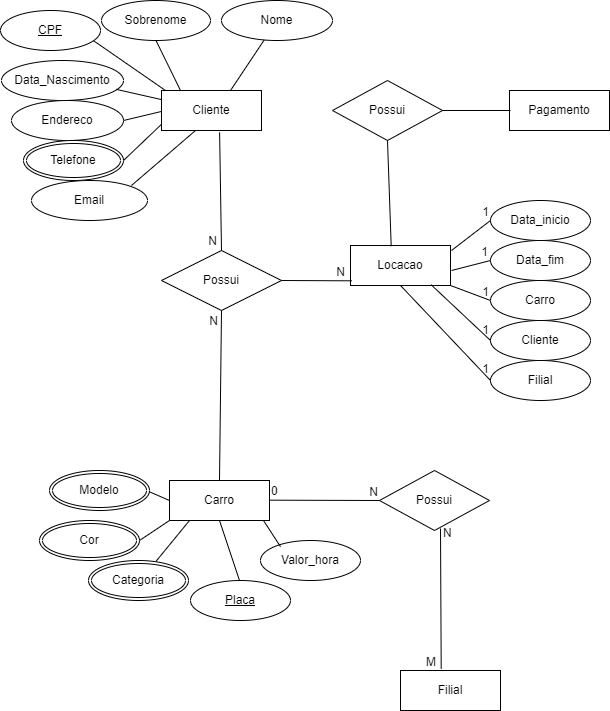
Above: Mapa_BD1.drawio.png in Kelly-Prone/diagramas (draw.io), before the change. Source tidied: cells renumbered, new cells last; positions are measured from the earlier drawing's top-left corner, leaving out a move shared by most shapes.
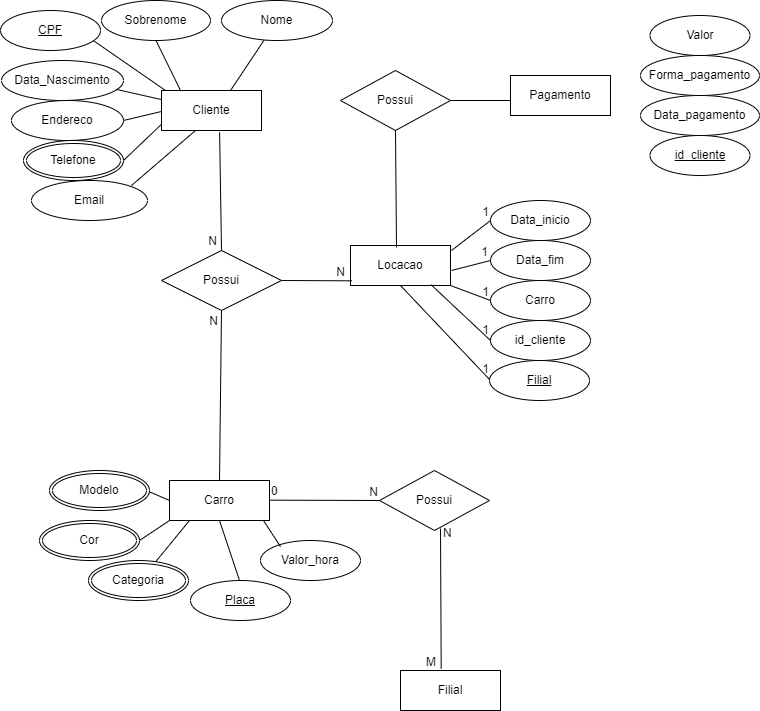
The same file after the commit.

Change to the diagram source:
```diff
@@ -162,10 +162,10 @@
       </mxGeometry>
     </mxCell>
     <mxCell id="41" value="Possui" style="shape=rhombus;perimeter=rhombusPerimeter;whiteSpace=wrap;html=1;align=center;" parent="1" vertex="1">
-      <mxGeometry x="332" y="80" width="110" height="60" as="geometry" />
+      <mxGeometry x="340" y="70" width="110" height="60" as="geometry" />
     </mxCell>
     <mxCell id="42" value="Pagamento" style="whiteSpace=wrap;html=1;align=center;" parent="1" vertex="1">
-      <mxGeometry x="509" y="90" width="100" height="40" as="geometry" />
+      <mxGeometry x="510" y="75" width="100" height="40" as="geometry" />
     </mxCell>
     <mxCell id="43" value="Locacao" style="whiteSpace=wrap;html=1;align=center;" parent="1" vertex="1">
       <mxGeometry x="350" y="245" width="100" height="40" as="geometry" />
@@ -179,12 +179,9 @@
     <mxCell id="46" value="Carro" style="ellipse;whiteSpace=wrap;html=1;align=center;" parent="1" vertex="1">
       <mxGeometry x="490" y="280" width="100" height="40" as="geometry" />
     </mxCell>
-    <mxCell id="47" value="Cliente" style="ellipse;whiteSpace=wrap;html=1;align=center;" parent="1" vertex="1">
+    <mxCell id="47" value="id_cliente" style="ellipse;whiteSpace=wrap;html=1;align=center;" parent="1" vertex="1">
       <mxGeometry x="490" y="320" width="100" height="40" as="geometry" />
     </mxCell>
-    <mxCell id="48" value="Filial" style="ellipse;whiteSpace=wrap;html=1;align=center;" parent="1" vertex="1">
-      <mxGeometry x="490" y="360" width="100" height="40" as="geometry" />
-    </mxCell>
     <mxCell id="49" style="endArrow=none;html=1;rounded=0;entryX=0;entryY=0.5;entryDx=0;entryDy=0;" parent="1" edge="1" target="44">
       <mxGeometry relative="1" as="geometry">
         <mxPoint x="451" y="250" as="sourcePoint" />
@@ -239,11 +236,26 @@
         <mxPoint x="-5" as="offset" />
       </mxGeometry>
     </mxCell>
-    <mxCell id="61" style="endArrow=none;html=1;rounded=0;exitX=0.5;exitY=1;exitDx=0;exitDy=0;entryX=0.407;entryY=0.017;entryDx=0;entryDy=0;entryPerimeter=0;" parent="1" edge="1" source="41" target="43">
+    <mxCell id="61" style="endArrow=none;html=1;rounded=0;exitX=0.5;exitY=1;exitDx=0;exitDy=0;entryX=0.46;entryY=0.05;entryDx=0;entryDy=0;entryPerimeter=0;" parent="1" edge="1" source="41" target="43">
       <mxGeometry relative="1" as="geometry" />
     </mxCell>
     <mxCell id="62" style="line;strokeWidth=1;dashed=0;labelPosition=right;align=left;verticalAlign=middle;spacingTop=0;spacingLeft=6;" parent="1" vertex="1">
-      <mxGeometry x="442" y="105" width="68" height="10" as="geometry" />
+      <mxGeometry x="450" y="95" width="60" height="10" as="geometry" />
     </mxCell>
+    <mxCell id="48" value="Filial" style="ellipse;whiteSpace=wrap;html=1;align=center;fontStyle=4;" parent="1" vertex="1">
+      <mxGeometry x="489" y="360" width="100" height="40" as="geometry" />
+    </mxCell>
+    <mxCell id="63" value="Valor" style="ellipse;whiteSpace=wrap;html=1;align=center;" parent="1" vertex="1">
+      <mxGeometry x="649.5" y="15" width="100" height="40" as="geometry" />
+    </mxCell>
+    <mxCell id="64" value="Forma_pagamento" style="ellipse;whiteSpace=wrap;html=1;align=center;" parent="1" vertex="1">
+      <mxGeometry x="640" y="55" width="119" height="40" as="geometry" />
+    </mxCell>
+    <mxCell id="65" value="Data_pagamento" style="ellipse;whiteSpace=wrap;html=1;align=center;" parent="1" vertex="1">
+      <mxGeometry x="640" y="95" width="119" height="40" as="geometry" />
+    </mxCell>
+    <mxCell id="66" value="id_cliente" style="ellipse;whiteSpace=wrap;html=1;align=center;fontStyle=4;" parent="1" vertex="1">
+      <mxGeometry x="649.5" y="135" width="100" height="40" as="geometry" />
+    </mxCell>
   </root>
 </mxGraphModel>
```
